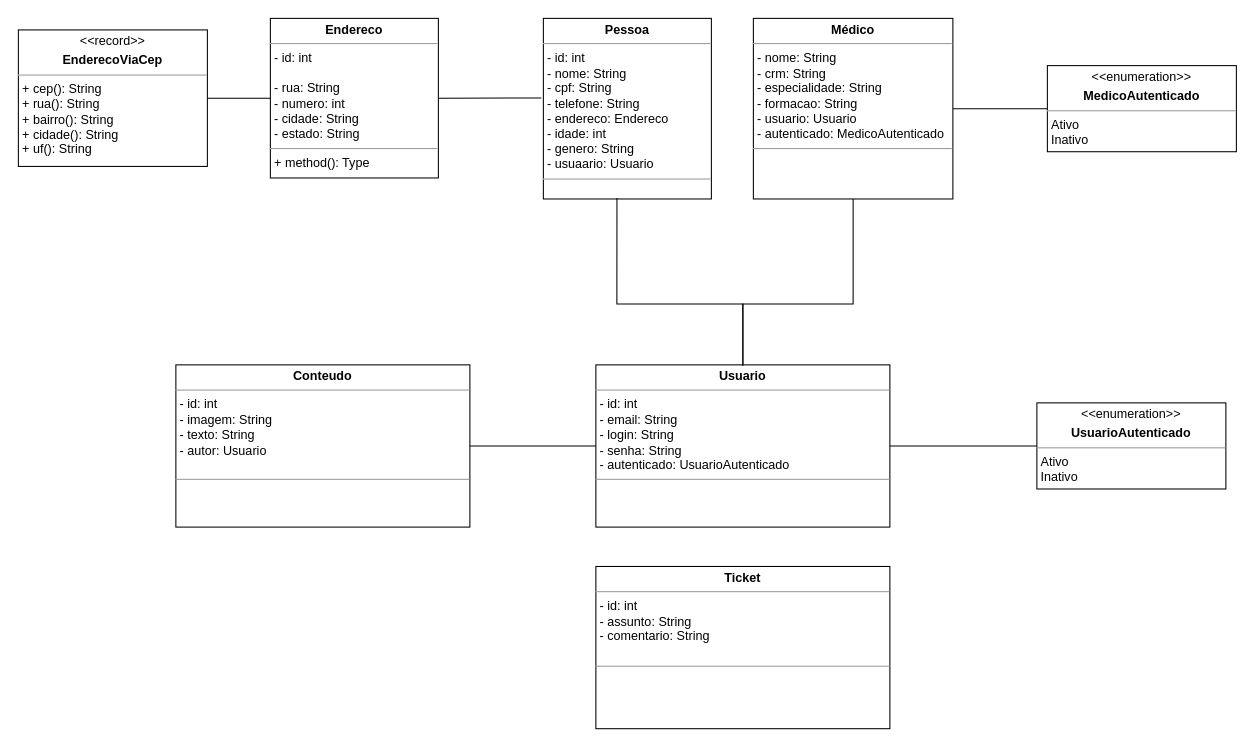
Before: DDD/GSClassDiagram.drawio in Santlago/Global-Solution-LifeGuardian, a draw.io diagram. Source tidied: cells renumbered, new cells numbered last; positions are measured from the earlier drawing's top-left corner, leaving out a move shared by most shapes. Both pictures are drawn from the tidied source at 105%, with x=0, y=0 at pixel (18, 18).
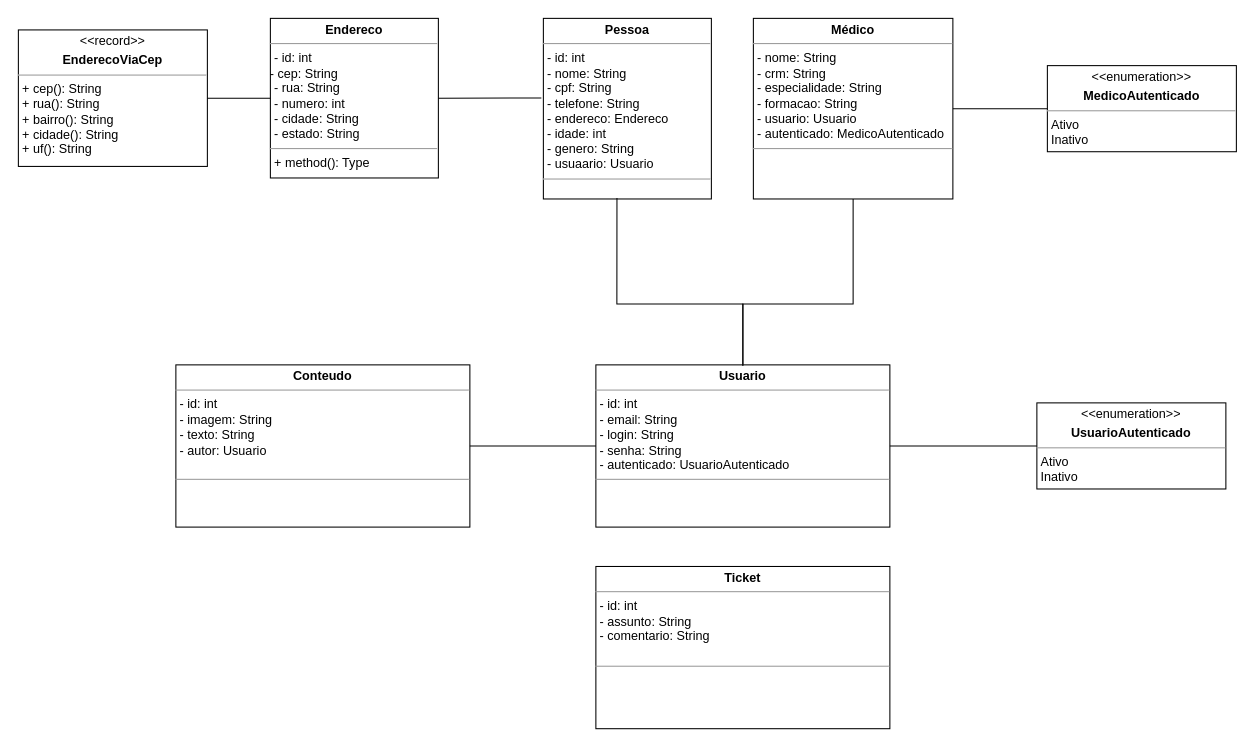
The same page after the edit.

Change to the diagram source:
```diff
@@
-    <mxCell id="6" value="&lt;p style=&quot;margin:0px;margin-top:4px;text-align:center;&quot;&gt;&lt;b&gt;Endereco&lt;/b&gt;&lt;/p&gt;&lt;hr size=&quot;1&quot;&gt;&lt;p style=&quot;border-color: var(--border-color); margin: 0px 0px 0px 4px;&quot;&gt;- id: int&lt;/p&gt;&lt;div&gt;&lt;br&gt;&lt;/div&gt;&lt;p style=&quot;margin:0px;margin-left:4px;&quot;&gt;- rua: String&lt;br&gt;&lt;/p&gt;&lt;p style=&quot;margin:0px;margin-left:4px;&quot;&gt;- numero: int&lt;/p&gt;&lt;p style=&quot;margin:0px;margin-left:4px;&quot;&gt;- cidade: String&lt;/p&gt;&lt;p style=&quot;margin:0px;margin-left:4px;&quot;&gt;- estado: String&lt;/p&gt;&lt;hr size=&quot;1&quot;&gt;&lt;p style=&quot;margin:0px;margin-left:4px;&quot;&gt;+ method(): Type&lt;/p&gt;" style="verticalAlign=top;align=left;overflow=fill;fontSize=12;fontFamily=Helvetica;html=1;whiteSpace=wrap;" parent="1" vertex="1">
+    <mxCell id="6" value="&lt;p style=&quot;margin:0px;margin-top:4px;text-align:center;&quot;&gt;&lt;b&gt;Endereco&lt;/b&gt;&lt;/p&gt;&lt;hr size=&quot;1&quot;&gt;&lt;p style=&quot;border-color: var(--border-color); margin: 0px 0px 0px 4px;&quot;&gt;- id: int&lt;/p&gt;&lt;div&gt;- cep: String&lt;/div&gt;&lt;p style=&quot;margin:0px;margin-left:4px;&quot;&gt;- rua: String&lt;br&gt;&lt;/p&gt;&lt;p style=&quot;margin:0px;margin-left:4px;&quot;&gt;- numero: int&lt;/p&gt;&lt;p style=&quot;margin:0px;margin-left:4px;&quot;&gt;- cidade: String&lt;/p&gt;&lt;p style=&quot;margin:0px;margin-left:4px;&quot;&gt;- estado: String&lt;/p&gt;&lt;hr size=&quot;1&quot;&gt;&lt;p style=&quot;margin:0px;margin-left:4px;&quot;&gt;+ method(): Type&lt;/p&gt;" style="verticalAlign=top;align=left;overflow=fill;fontSize=12;fontFamily=Helvetica;html=1;whiteSpace=wrap;" parent="1" vertex="1">
       <mxGeometry x="240" width="160" height="152" as="geometry" />
     </mxCell>
```
